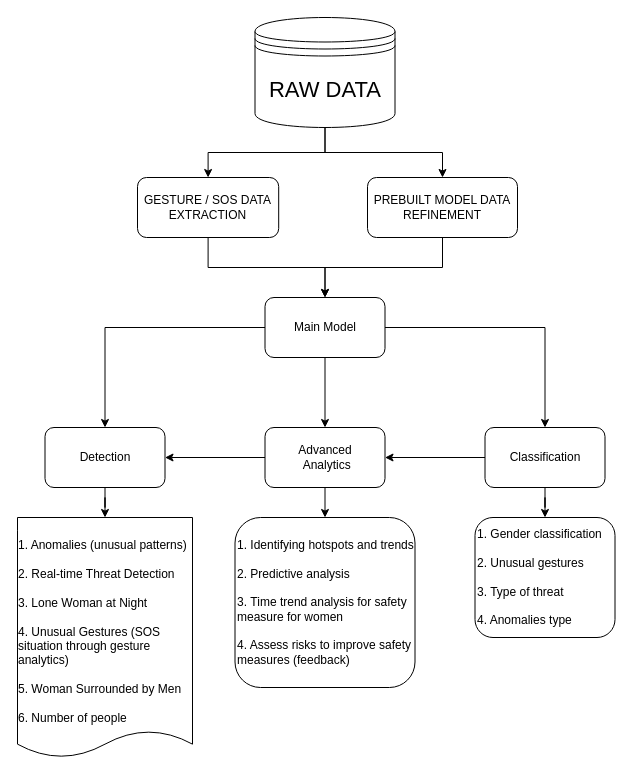
Earlier version of the draw.io diagram page "Software" (3 of 6) of (SIH1605) FlowChart.drawio (Tushar7436/SIH-1605--Women-Safety). Source tidied: cells renumbered, new cells numbered last; positions are measured from the earlier drawing's top-left corner, leaving out a move shared by most shapes. Both pictures are drawn from the tidied source at 100%, with x=0, y=0 at pixel (17, 17).
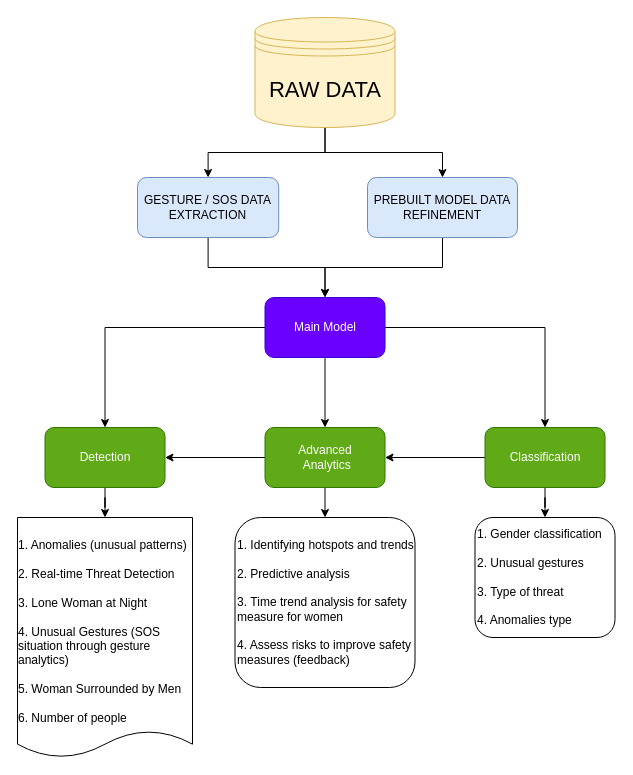
The same page after the edit.

Diff of the diagram source:
```diff
@@
-    <mxCell id="5" value="Main Model" style="rounded=1;whiteSpace=wrap;html=1;" parent="1" vertex="1">
+    <mxCell id="5" value="Main Model" style="rounded=1;whiteSpace=wrap;html=1;fillColor=#6a00ff;fontColor=#ffffff;strokeColor=#3700CC;" parent="1" vertex="1">
       <mxGeometry x="247.5" y="280" width="120" height="60" as="geometry" />
     </mxCell>
@@
-    <mxCell id="8" value="Advanced&lt;div&gt;&amp;nbsp;Analytics&lt;/div&gt;" style="rounded=1;whiteSpace=wrap;html=1;" parent="1" vertex="1">
+    <mxCell id="8" value="Advanced&lt;div&gt;&amp;nbsp;Analytics&lt;/div&gt;" style="rounded=1;whiteSpace=wrap;html=1;fillColor=#60a917;fontColor=#ffffff;strokeColor=#2D7600;" parent="1" vertex="1">
       <mxGeometry x="247.5" y="410" width="120" height="60" as="geometry" />
     </mxCell>
@@
-    <mxCell id="10" value="Detection" style="rounded=1;whiteSpace=wrap;html=1;" parent="1" vertex="1">
+    <mxCell id="10" value="Detection" style="rounded=1;whiteSpace=wrap;html=1;fillColor=#60a917;fontColor=#ffffff;strokeColor=#2D7600;" parent="1" vertex="1">
       <mxGeometry x="27.5" y="410" width="120" height="60" as="geometry" />
     </mxCell>
@@
-    <mxCell id="13" value="Classification" style="rounded=1;whiteSpace=wrap;html=1;" parent="1" vertex="1">
+    <mxCell id="13" value="Classification" style="rounded=1;whiteSpace=wrap;html=1;fillColor=#60a917;fontColor=#ffffff;strokeColor=#2D7600;" parent="1" vertex="1">
       <mxGeometry x="467.5" y="410" width="120" height="60" as="geometry" />
     </mxCell>
@@
-    <mxCell id="18" value="PREBUILT MODEL DATA REFINEMENT" style="rounded=1;whiteSpace=wrap;html=1;" parent="1" vertex="1">
+    <mxCell id="18" value="PREBUILT MODEL DATA REFINEMENT" style="rounded=1;whiteSpace=wrap;html=1;fillColor=#dae8fc;strokeColor=#6c8ebf;" parent="1" vertex="1">
       <mxGeometry x="350" y="160" width="150" height="60" as="geometry" />
     </mxCell>
@@
-    <mxCell id="20" value="GESTURE / SOS DATA EXTRACTION" style="rounded=1;whiteSpace=wrap;html=1;" parent="1" vertex="1">
+    <mxCell id="20" value="GESTURE / SOS DATA EXTRACTION" style="rounded=1;whiteSpace=wrap;html=1;fillColor=#dae8fc;strokeColor=#6c8ebf;" parent="1" vertex="1">
       <mxGeometry x="120" y="160" width="141.2" height="60" as="geometry" />
     </mxCell>
@@
-    <mxCell id="23" value="&lt;font style=&quot;font-size: 22px;&quot;&gt;RAW DATA&lt;/font&gt;" style="shape=datastore;whiteSpace=wrap;html=1;" parent="1" vertex="1">
+    <mxCell id="23" value="&lt;font style=&quot;font-size: 22px;&quot;&gt;RAW DATA&lt;/font&gt;" style="shape=datastore;whiteSpace=wrap;html=1;fillColor=#fff2cc;strokeColor=#d6b656;" parent="1" vertex="1">
       <mxGeometry x="237.5" width="140" height="110" as="geometry" />
     </mxCell>
```
